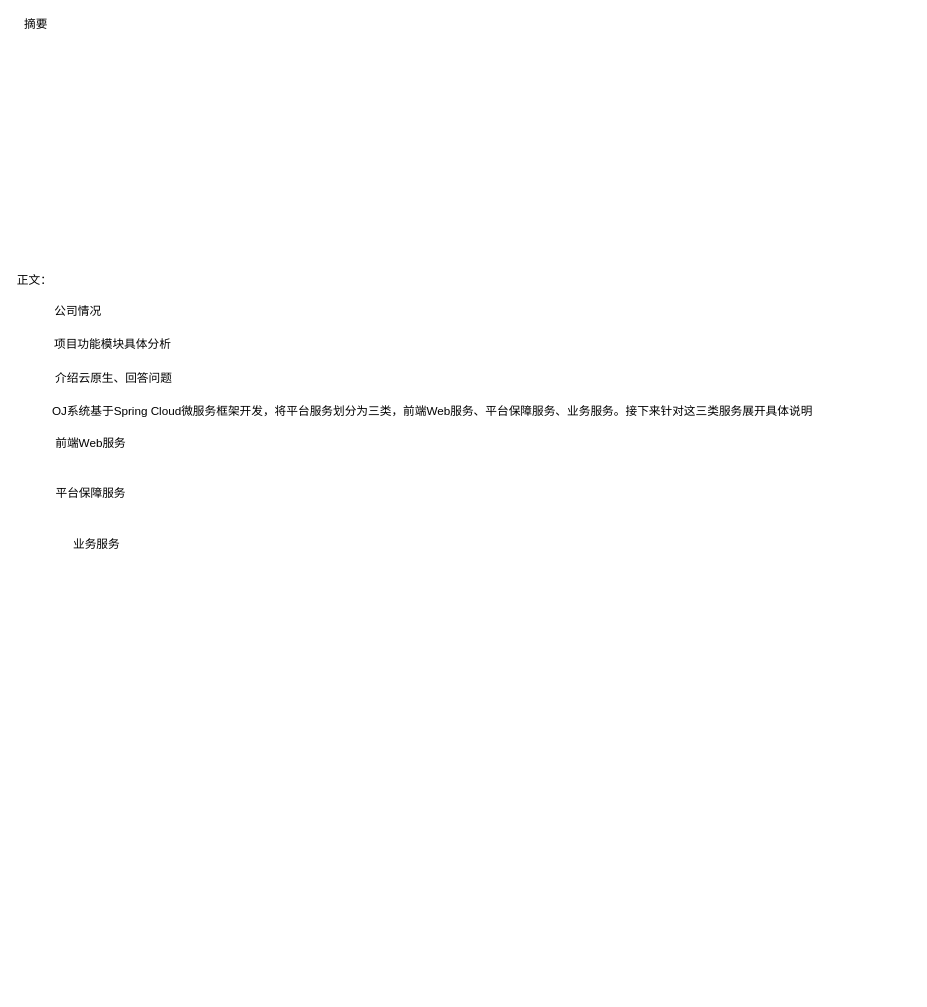
Earlier version of the draw.io diagram 云原生架构及其应用.drawio (xiaodongYao/DrawIO). Source tidied: cells renumbered, new cells numbered last; positions are measured from the earlier drawing's top-left corner, leaving out a move shared by most shapes. Both pictures are drawn from the tidied source at 73%, with x=0, y=0 at pixel (12, 12).
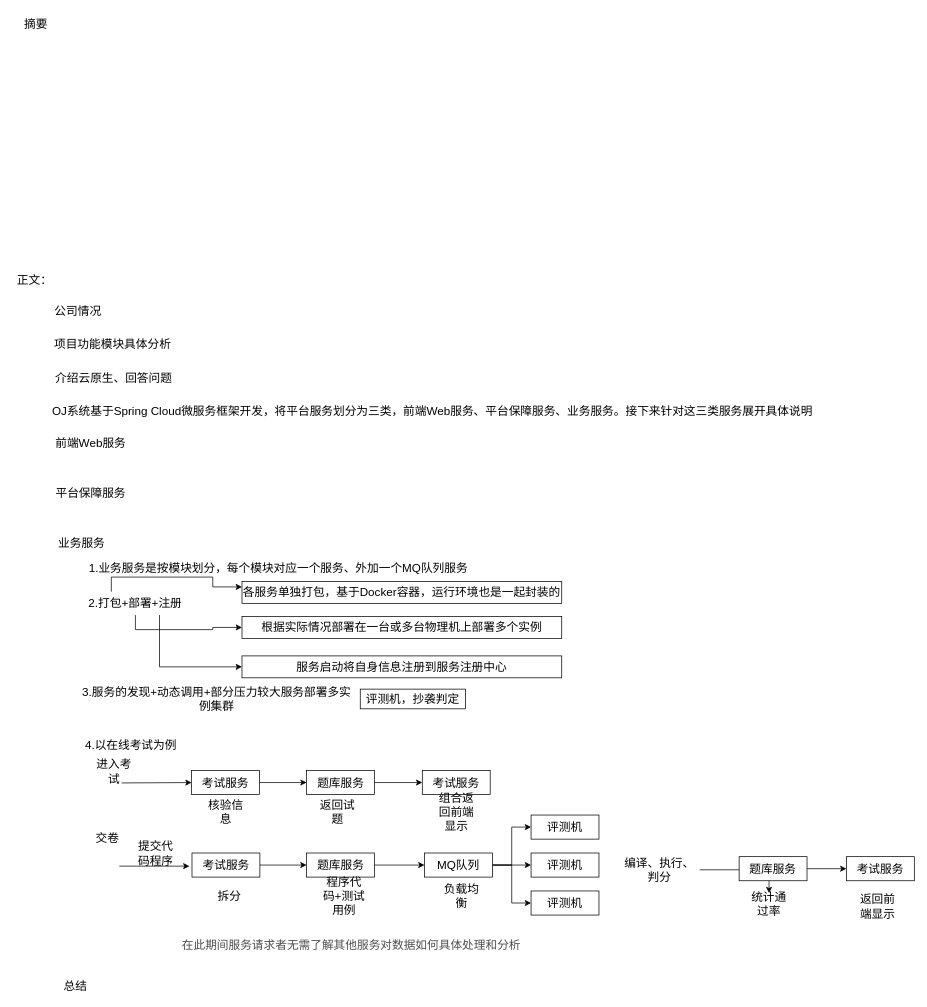
After the change.

Commit message (it also covers changes not shown here):
更新云原生架构及其应用.drawio

What changed in the source:
```diff
@@
     <mxCell id="10" value="业务服务" style="text;html=1;strokeColor=none;fillColor=none;align=center;verticalAlign=middle;whiteSpace=wrap;rounded=0;fontSize=16;" parent="1" vertex="1">
-      <mxGeometry x="62" y="710" width="106" height="33" as="geometry" />
+      <mxGeometry x="56" y="710" width="77" height="32" as="geometry" />
     </mxCell>
+    <mxCell id="11" value="总结" style="text;html=1;strokeColor=none;fillColor=none;align=center;verticalAlign=middle;whiteSpace=wrap;rounded=0;fontSize=16;" parent="1" vertex="1">
+      <mxGeometry x="62" y="1319" width="48" height="27" as="geometry" />
+    </mxCell>
+    <mxCell id="12" value="1.业务服务是按模块划分，每个模块对应一个服务、外加一个MQ队列服务" style="text;html=1;strokeColor=none;fillColor=none;align=center;verticalAlign=middle;whiteSpace=wrap;rounded=0;fontSize=16;" parent="1" vertex="1">
+      <mxGeometry x="96" y="745" width="536" height="32" as="geometry" />
+    </mxCell>
+    <mxCell id="13" style="edgeStyle=orthogonalEdgeStyle;rounded=0;jettySize=auto;html=1;exitX=0.25;exitY=0;exitDx=0;exitDy=0;entryX=0;entryY=0.25;entryDx=0;entryDy=0;" parent="1" edge="1" source="16" target="17">
+      <mxGeometry relative="1" as="geometry" />
+    </mxCell>
+    <mxCell id="14" style="edgeStyle=orthogonalEdgeStyle;rounded=0;jettySize=auto;html=1;exitX=0.5;exitY=1;exitDx=0;exitDy=0;entryX=0;entryY=0.5;entryDx=0;entryDy=0;" parent="1" edge="1" source="16" target="18">
+      <mxGeometry relative="1" as="geometry">
+        <Array as="points">
+          <mxPoint x="168" y="845" />
+          <mxPoint x="274" y="845" />
+          <mxPoint x="274" y="842" />
+        </Array>
+      </mxGeometry>
+    </mxCell>
+    <mxCell id="15" style="edgeStyle=orthogonalEdgeStyle;rounded=0;jettySize=auto;html=1;exitX=0.75;exitY=1;exitDx=0;exitDy=0;entryX=0;entryY=0.5;entryDx=0;entryDy=0;" parent="1" edge="1" source="16" target="19">
+      <mxGeometry relative="1" as="geometry" />
+    </mxCell>
+    <mxCell id="16" value="2.打包+部署+注册" style="text;html=1;strokeColor=none;fillColor=none;align=center;verticalAlign=middle;whiteSpace=wrap;rounded=0;fontSize=16;" parent="1" vertex="1">
+      <mxGeometry x="102" y="793" width="132" height="32" as="geometry" />
+    </mxCell>
+    <mxCell id="17" value="各服务单独打包，基于Docker容器，运行环境也是一起封装的" style="rounded=0;whiteSpace=wrap;html=1;fontSize=16;" parent="1" vertex="1">
+      <mxGeometry x="314" y="779" width="438" height="30" as="geometry" />
+    </mxCell>
+    <mxCell id="18" value="根据实际情况部署在一台或多台物理机上部署多个实例" style="rounded=0;whiteSpace=wrap;html=1;fontSize=16;" parent="1" vertex="1">
+      <mxGeometry x="314" y="827" width="438" height="30" as="geometry" />
+    </mxCell>
+    <mxCell id="19" value="服务启动将自身信息注册到服务注册中心" style="rounded=0;whiteSpace=wrap;html=1;fontSize=16;" parent="1" vertex="1">
+      <mxGeometry x="314" y="881" width="438" height="30" as="geometry" />
+    </mxCell>
+    <mxCell id="20" value="3.服务的发现+动态调用+部分压力较大服务部署多实例集群" style="text;html=1;strokeColor=none;fillColor=none;align=center;verticalAlign=middle;whiteSpace=wrap;rounded=0;fontSize=16;" parent="1" vertex="1">
+      <mxGeometry x="94" y="924" width="371" height="32" as="geometry" />
+    </mxCell>
+    <mxCell id="21" value="4.以在线考试为例" style="text;html=1;strokeColor=none;fillColor=none;align=center;verticalAlign=middle;whiteSpace=wrap;rounded=0;fontSize=16;" parent="1" vertex="1">
+      <mxGeometry x="92" y="987" width="140" height="31" as="geometry" />
+    </mxCell>
+    <mxCell id="22" value="评测机，抄袭判定" style="rounded=0;whiteSpace=wrap;html=1;fontSize=16;" parent="1" vertex="1">
+      <mxGeometry x="476" y="926.5" width="144" height="27" as="geometry" />
+    </mxCell>
+    <mxCell id="23" style="edgeStyle=orthogonalEdgeStyle;rounded=0;jettySize=auto;html=1;fontSize=16;" parent="1" edge="1" source="24" target="26">
+      <mxGeometry relative="1" as="geometry" />
+    </mxCell>
+    <mxCell id="24" value="考试服务" style="rounded=0;whiteSpace=wrap;html=1;fontSize=16;" parent="1" vertex="1">
+      <mxGeometry x="245" y="1038" width="93" height="33" as="geometry" />
+    </mxCell>
+    <mxCell id="25" style="edgeStyle=orthogonalEdgeStyle;rounded=0;jettySize=auto;html=1;fontSize=16;" parent="1" edge="1" source="26" target="31">
+      <mxGeometry relative="1" as="geometry" />
+    </mxCell>
+    <mxCell id="26" value="题库服务" style="rounded=0;whiteSpace=wrap;html=1;fontSize=16;" parent="1" vertex="1">
+      <mxGeometry x="402.5" y="1038" width="93" height="33" as="geometry" />
+    </mxCell>
+    <mxCell id="27" style="endArrow=classic;html=1;rounded=0;entryX=0;entryY=0.5;entryDx=0;entryDy=0;fontSize=16;" parent="1" edge="1" target="24">
+      <mxGeometry relative="1" as="geometry">
+        <mxPoint x="149" y="1055" as="sourcePoint" />
+      </mxGeometry>
+    </mxCell>
+    <mxCell id="28" value="进入考试" style="text;html=1;strokeColor=none;fillColor=none;align=center;verticalAlign=middle;whiteSpace=wrap;rounded=0;fontSize=16;" parent="1" vertex="1">
+      <mxGeometry x="108.5" y="1024" width="60" height="30" as="geometry" />
+    </mxCell>
+    <mxCell id="29" value="核验信息" style="text;html=1;strokeColor=none;fillColor=none;align=center;verticalAlign=middle;whiteSpace=wrap;rounded=0;fontSize=16;" parent="1" vertex="1">
+      <mxGeometry x="262" y="1080" width="60" height="30" as="geometry" />
+    </mxCell>
+    <mxCell id="30" value="返回试题" style="text;html=1;strokeColor=none;fillColor=none;align=center;verticalAlign=middle;whiteSpace=wrap;rounded=0;fontSize=16;" parent="1" vertex="1">
+      <mxGeometry x="415" y="1080" width="60" height="30" as="geometry" />
+    </mxCell>
+    <mxCell id="31" value="考试服务" style="rounded=0;whiteSpace=wrap;html=1;fontSize=16;" parent="1" vertex="1">
+      <mxGeometry x="561" y="1038" width="93" height="33" as="geometry" />
+    </mxCell>
+    <mxCell id="32" value="组合返回前端显示" style="text;html=1;strokeColor=none;fillColor=none;align=center;verticalAlign=middle;whiteSpace=wrap;rounded=0;fontSize=16;" parent="1" vertex="1">
+      <mxGeometry x="577.5" y="1080" width="60" height="30" as="geometry" />
+    </mxCell>
+    <mxCell id="33" value="交卷" style="text;html=1;strokeColor=none;fillColor=none;align=center;verticalAlign=middle;whiteSpace=wrap;rounded=0;fontSize=16;" parent="1" vertex="1">
+      <mxGeometry x="100" y="1115" width="60" height="30" as="geometry" />
+    </mxCell>
+    <mxCell id="34" style="edgeStyle=orthogonalEdgeStyle;rounded=0;jettySize=auto;html=1;fontSize=16;" parent="1" edge="1" source="35" target="39">
+      <mxGeometry relative="1" as="geometry" />
+    </mxCell>
+    <mxCell id="35" value="考试服务" style="rounded=0;whiteSpace=wrap;html=1;fontSize=16;" parent="1" vertex="1">
+      <mxGeometry x="245.5" y="1151" width="93" height="33" as="geometry" />
+    </mxCell>
+    <mxCell id="36" style="endArrow=classic;html=1;rounded=0;entryX=0;entryY=0.5;entryDx=0;entryDy=0;fontSize=16;" parent="1" edge="1">
+      <mxGeometry relative="1" as="geometry">
+        <mxPoint x="146" y="1169" as="sourcePoint" />
+        <mxPoint x="242" y="1169" as="targetPoint" />
+      </mxGeometry>
+    </mxCell>
+    <mxCell id="37" value="提交代码程序" style="text;html=1;strokeColor=none;fillColor=none;align=center;verticalAlign=middle;whiteSpace=wrap;rounded=0;fontSize=16;" parent="1" vertex="1">
+      <mxGeometry x="166" y="1137" width="60" height="30" as="geometry" />
+    </mxCell>
+    <mxCell id="38" style="edgeStyle=orthogonalEdgeStyle;rounded=0;jettySize=auto;html=1;fontSize=16;" parent="1" edge="1" source="39" target="44">
+      <mxGeometry relative="1" as="geometry" />
+    </mxCell>
+    <mxCell id="39" value="题库服务" style="rounded=0;whiteSpace=wrap;html=1;fontSize=16;" parent="1" vertex="1">
+      <mxGeometry x="402.5" y="1151" width="93" height="33" as="geometry" />
+    </mxCell>
+    <mxCell id="40" value="拆分" style="text;html=1;strokeColor=none;fillColor=none;align=center;verticalAlign=middle;whiteSpace=wrap;rounded=0;fontSize=16;" parent="1" vertex="1">
+      <mxGeometry x="267" y="1195" width="60" height="30" as="geometry" />
+    </mxCell>
+    <mxCell id="41" style="edgeStyle=orthogonalEdgeStyle;rounded=0;jettySize=auto;html=1;fontSize=16;" parent="1" edge="1" source="44" target="46">
+      <mxGeometry relative="1" as="geometry" />
+    </mxCell>
+    <mxCell id="42" style="edgeStyle=orthogonalEdgeStyle;rounded=0;jettySize=auto;html=1;exitX=1;exitY=0.5;exitDx=0;exitDy=0;entryX=0;entryY=0.5;entryDx=0;entryDy=0;fontSize=16;" parent="1" edge="1" source="44" target="47">
+      <mxGeometry relative="1" as="geometry" />
+    </mxCell>
+    <mxCell id="43" style="edgeStyle=orthogonalEdgeStyle;rounded=0;jettySize=auto;html=1;exitX=1;exitY=0.5;exitDx=0;exitDy=0;entryX=0;entryY=0.5;entryDx=0;entryDy=0;fontSize=16;" parent="1" edge="1" source="44" target="48">
+      <mxGeometry relative="1" as="geometry" />
+    </mxCell>
+    <mxCell id="44" value="MQ队列" style="rounded=0;whiteSpace=wrap;html=1;fontSize=16;" parent="1" vertex="1">
+      <mxGeometry x="564" y="1151" width="93" height="33" as="geometry" />
+    </mxCell>
+    <mxCell id="45" value="程序代码+测试用例" style="text;html=1;strokeColor=none;fillColor=none;align=center;verticalAlign=middle;whiteSpace=wrap;rounded=0;fontSize=16;" parent="1" vertex="1">
+      <mxGeometry x="424" y="1195" width="60" height="30" as="geometry" />
+    </mxCell>
+    <mxCell id="46" value="评测机" style="rounded=0;whiteSpace=wrap;html=1;fontSize=16;" parent="1" vertex="1">
+      <mxGeometry x="710" y="1151" width="93" height="33" as="geometry" />
+    </mxCell>
+    <mxCell id="47" value="评测机" style="rounded=0;whiteSpace=wrap;html=1;fontSize=16;" parent="1" vertex="1">
+      <mxGeometry x="710" y="1099" width="93" height="33" as="geometry" />
+    </mxCell>
+    <mxCell id="48" value="评测机" style="rounded=0;whiteSpace=wrap;html=1;fontSize=16;" parent="1" vertex="1">
+      <mxGeometry x="710" y="1203" width="93" height="33" as="geometry" />
+    </mxCell>
+    <mxCell id="49" value="负载均衡" style="text;html=1;strokeColor=none;fillColor=none;align=center;verticalAlign=middle;whiteSpace=wrap;rounded=0;fontSize=16;" parent="1" vertex="1">
+      <mxGeometry x="585" y="1195" width="60" height="30" as="geometry" />
+    </mxCell>
+    <mxCell id="50" style="edgeStyle=orthogonalEdgeStyle;rounded=0;jettySize=auto;html=1;fontSize=16;" parent="1" edge="1" source="51" target="54">
+      <mxGeometry relative="1" as="geometry" />
+    </mxCell>
+    <mxCell id="51" value="编译、执行、判分" style="text;html=1;strokeColor=none;fillColor=none;align=center;verticalAlign=middle;whiteSpace=wrap;rounded=0;fontSize=16;" parent="1" vertex="1">
+      <mxGeometry x="831" y="1156" width="110" height="36" as="geometry" />
+    </mxCell>
+    <mxCell id="52" style="edgeStyle=orthogonalEdgeStyle;rounded=0;jettySize=auto;html=1;fontSize=16;" parent="1" edge="1" source="53" target="55">
+      <mxGeometry relative="1" as="geometry" />
+    </mxCell>
+    <mxCell id="53" value="题库服务" style="rounded=0;whiteSpace=wrap;html=1;fontSize=16;" parent="1" vertex="1">
+      <mxGeometry x="995" y="1156" width="93" height="33" as="geometry" />
+    </mxCell>
+    <mxCell id="54" value="统计通过率" style="text;html=1;strokeColor=none;fillColor=none;align=center;verticalAlign=middle;whiteSpace=wrap;rounded=0;fontSize=16;" parent="1" vertex="1">
+      <mxGeometry x="1006" y="1206" width="60" height="30" as="geometry" />
+    </mxCell>
+    <mxCell id="55" value="考试服务" style="rounded=0;whiteSpace=wrap;html=1;fontSize=16;" parent="1" vertex="1">
+      <mxGeometry x="1142" y="1156" width="93" height="33" as="geometry" />
+    </mxCell>
+    <mxCell id="56" value="返回前端显示" style="text;html=1;strokeColor=none;fillColor=none;align=center;verticalAlign=middle;whiteSpace=wrap;rounded=0;fontSize=16;" parent="1" vertex="1">
+      <mxGeometry x="1155" y="1209" width="60" height="30" as="geometry" />
+    </mxCell>
+    <mxCell id="57" value="&lt;span style=&quot;color: rgb(77, 77, 77); font-family: -apple-system, &amp;quot;SF UI Text&amp;quot;, Arial, &amp;quot;PingFang SC&amp;quot;, &amp;quot;Hiragino Sans GB&amp;quot;, &amp;quot;Microsoft YaHei&amp;quot;, &amp;quot;WenQuanYi Micro Hei&amp;quot;, sans-serif; font-size: 16px; font-style: normal; font-variant-ligatures: no-common-ligatures; font-variant-caps: normal; font-weight: 400; letter-spacing: normal; orphans: 2; text-align: start; text-indent: 0px; text-transform: none; widows: 2; word-spacing: 0px; -webkit-text-stroke-width: 0px; background-color: rgb(255, 255, 255); text-decoration-thickness: initial; text-decoration-style: initial; text-decoration-color: initial; float: none; display: inline !important;&quot;&gt;在此期间服务请求者无需了解其他服务对数据如何具体处理和分析&lt;/span&gt;" style="text;whiteSpace=wrap;html=1;" parent="1" vertex="1">
+      <mxGeometry x="230" y="1261" width="484" height="33" as="geometry" />
+    </mxCell>
```
